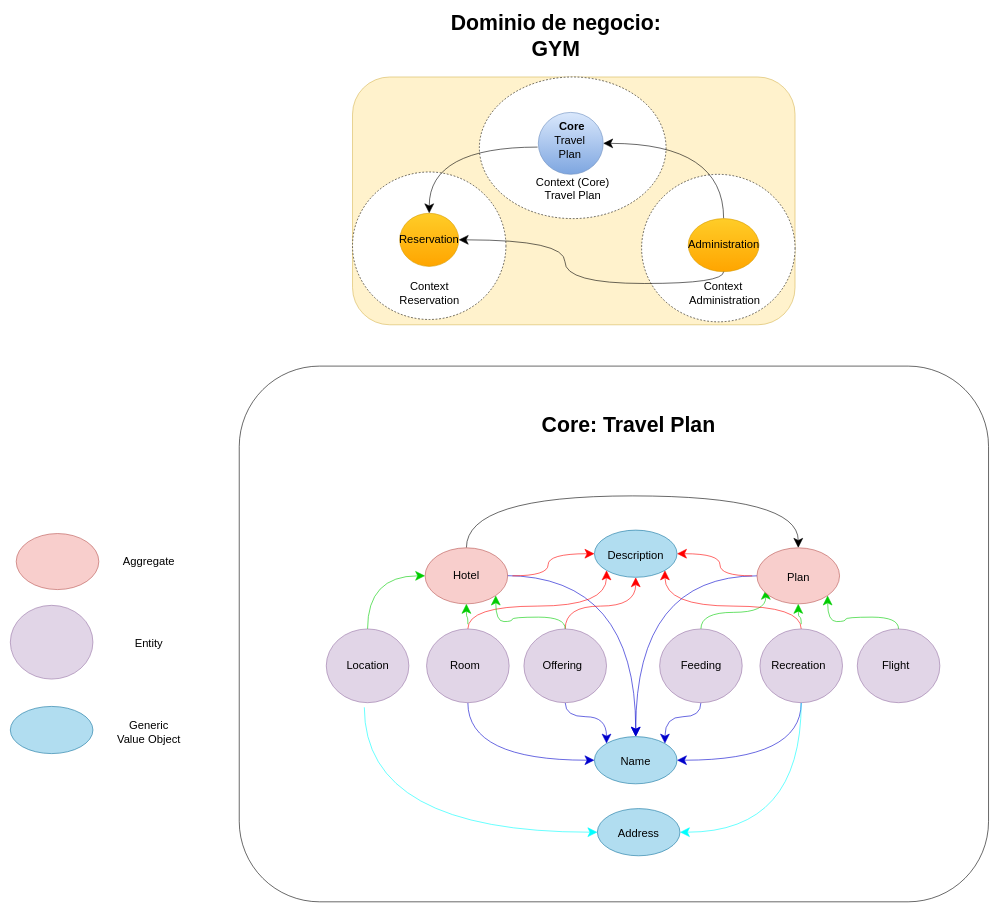
Ruiz16-17/Ruiz16-17-Sofka_Challenge_DDD_TravelAgency keeps this draw.io diagram as page "Analysis" (1 of 3) of TravleAgencyDomainModel.drawio. Above is the earlier version. Source tidied: cells renumbered, new cells numbered last; positions are measured from the earlier drawing's top-left corner, leaving out a move shared by most shapes. Both pictures are drawn from the tidied source at 59%, with x=0, y=0 at pixel (10, 12).
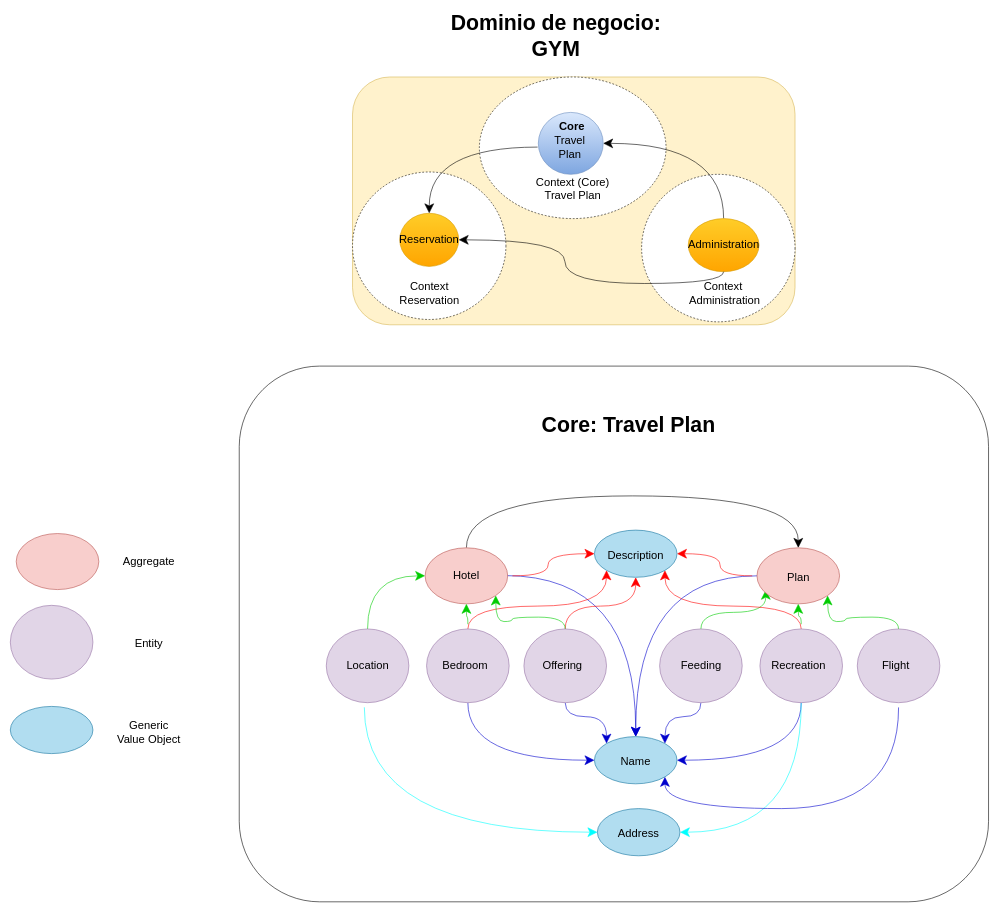
The same page after the edit.

The change refers to these unchanged cells:
```xml
<mxCell id="23" style="ellipse;whiteSpace=wrap;html=1;fontFamily=Helvetica;fillColor=#b1ddf0;strokeColor=#10739e;" parent="1" vertex="1">
  <mxGeometry x="990" y="1228" width="140" height="80" as="geometry" />
</mxCell>
<mxCell id="60" style="ellipse;whiteSpace=wrap;html=1;fontFamily=Helvetica;fillColor=#e1d5e7;strokeColor=#9673a6;" parent="1" vertex="1">
  <mxGeometry x="1435.5" y="1045.5" width="140" height="125" as="geometry" />
</mxCell>
```

Diff of the diagram source:
```diff
@@
-    <mxCell id="43" value="Room" style="text;html=1;strokeColor=none;fillColor=none;align=center;verticalAlign=middle;whiteSpace=wrap;rounded=0;fontFamily=Helvetica;fontSize=19;" parent="1" vertex="1">
+    <mxCell id="43" value="Bedroom" style="text;html=1;strokeColor=none;fillColor=none;align=center;verticalAlign=middle;whiteSpace=wrap;rounded=0;fontFamily=Helvetica;fontSize=19;" parent="1" vertex="1">
       <mxGeometry x="705.5" y="1094.3" width="130" height="27.5" as="geometry" />
     </mxCell>
@@
+    <mxCell id="70" style="edgeStyle=orthogonalEdgeStyle;curved=1;rounded=0;jettySize=auto;html=1;entryX=1;entryY=1;entryDx=0;entryDy=0;fontColor=#0000CC;endArrow=classic;endFill=1;startSize=14;endSize=14;sourcePerimeterSpacing=8;targetPerimeterSpacing=8;strokeColor=#0000CC;labelBackgroundColor=#0000CC;labelBorderColor=#000000;" parent="1" edge="1" source="60" target="23">
+      <mxGeometry relative="1" as="geometry">
+        <Array as="points">
+          <mxPoint x="1506" y="1350" />
+          <mxPoint x="1110" y="1350" />
+        </Array>
+      </mxGeometry>
+    </mxCell>
```
